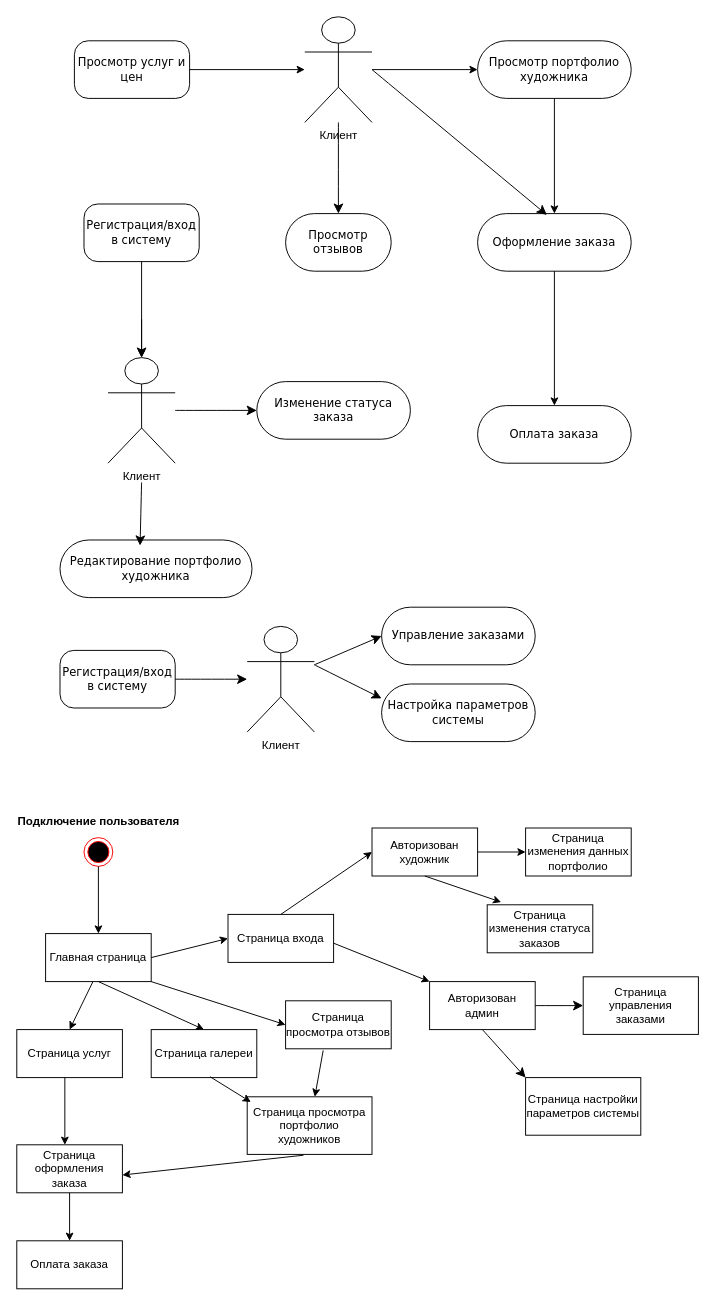
Earlier version of the draw.io diagram состояния.drawio (GokaPek/Noting). Source tidied: cells renumbered, new cells numbered last; positions are measured from the earlier drawing's top-left corner, leaving out a move shared by most shapes. Both pictures are drawn from the tidied source at 96%, with x=0, y=0 at pixel (16, 16).
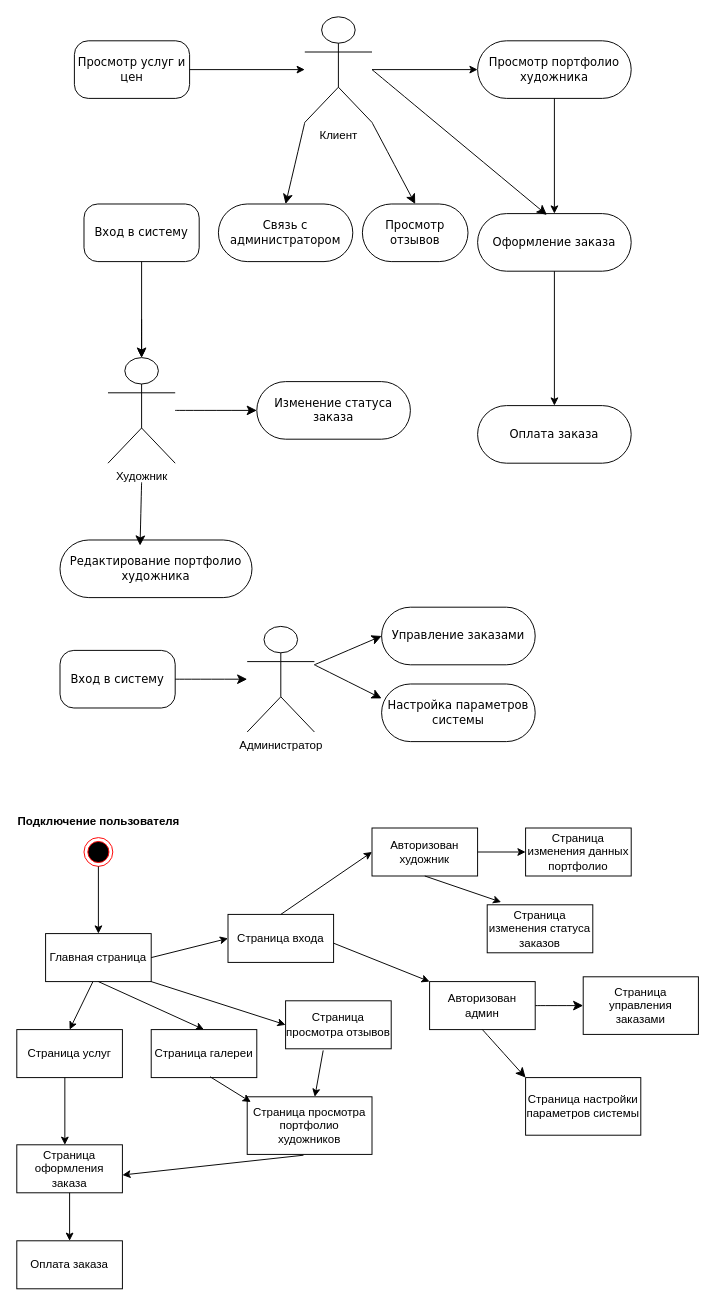
The same diagram, later.

The change refers to these unchanged cells:
```xml
<mxCell id="3" value="Клиент&lt;div&gt;&lt;br&gt;&lt;/div&gt;" style="shape=umlActor;verticalLabelPosition=bottom;verticalAlign=top;html=1;outlineConnect=0;" parent="1" vertex="1">
  <mxGeometry x="300" width="70" height="110" as="geometry" />
</mxCell>
```

Diff of the diagram source:
```diff
@@
-    <mxCell id="38" value="Клиент&lt;div&gt;&lt;br&gt;&lt;/div&gt;" style="shape=umlActor;verticalLabelPosition=bottom;verticalAlign=top;html=1;outlineConnect=0;" parent="1" vertex="1">
+    <mxCell id="38" value="Художник" style="shape=umlActor;verticalLabelPosition=bottom;verticalAlign=top;html=1;outlineConnect=0;" parent="1" vertex="1">
       <mxGeometry x="95" y="355" width="70" height="110" as="geometry" />
     </mxCell>
-    <mxCell id="39" value="Регистрация/вход в систему" style="rounded=1;whiteSpace=wrap;html=1;arcSize=24;shadow=0;comic=0;labelBackgroundColor=none;fontFamily=Verdana;fontSize=12;align=center;" parent="1" vertex="1">
+    <mxCell id="39" value="Вход в систему" style="rounded=1;whiteSpace=wrap;html=1;arcSize=24;shadow=0;comic=0;labelBackgroundColor=none;fontFamily=Verdana;fontSize=12;align=center;" parent="1" vertex="1">
       <mxGeometry x="70" y="195" width="120" height="60" as="geometry" />
     </mxCell>
@@
     <mxCell id="43" value="Просмотр отзывов" style="rounded=1;whiteSpace=wrap;html=1;arcSize=50;shadow=0;comic=0;labelBackgroundColor=none;fontFamily=Verdana;fontSize=12;align=center;" parent="1" vertex="1">
-      <mxGeometry x="280" y="205" width="110" height="60" as="geometry" />
+      <mxGeometry x="360" y="195" width="110" height="60" as="geometry" />
     </mxCell>
-    <mxCell id="44" style="endArrow=classic;html=1;rounded=0;fontSize=12;startSize=8;endSize=8;curved=1;entryX=0.5;entryY=0;entryDx=0;entryDy=0;" parent="1" edge="1" source="3" target="43">
+    <mxCell id="44" style="endArrow=classic;html=1;rounded=0;fontSize=12;startSize=8;endSize=8;curved=1;entryX=0.5;entryY=0;entryDx=0;entryDy=0;exitX=1;exitY=1;exitDx=0;exitDy=0;exitPerimeter=0;" parent="1" edge="1" source="3" target="43">
       <mxGeometry relative="1" as="geometry" />
     </mxCell>
@@
-    <mxCell id="48" value="Клиент&lt;div&gt;&lt;br&gt;&lt;/div&gt;" style="shape=umlActor;verticalLabelPosition=bottom;verticalAlign=top;html=1;outlineConnect=0;" parent="1" vertex="1">
+    <mxCell id="48" value="Администратор&lt;div&gt;&lt;br&gt;&lt;/div&gt;" style="shape=umlActor;verticalLabelPosition=bottom;verticalAlign=top;html=1;outlineConnect=0;" parent="1" vertex="1">
       <mxGeometry x="240" y="635" width="70" height="110" as="geometry" />
     </mxCell>
-    <mxCell id="49" value="Регистрация/вход в систему" style="rounded=1;whiteSpace=wrap;html=1;arcSize=24;shadow=0;comic=0;labelBackgroundColor=none;fontFamily=Verdana;fontSize=12;align=center;" parent="1" vertex="1">
+    <mxCell id="49" value="Вход в систему" style="rounded=1;whiteSpace=wrap;html=1;arcSize=24;shadow=0;comic=0;labelBackgroundColor=none;fontFamily=Verdana;fontSize=12;align=center;" parent="1" vertex="1">
       <mxGeometry x="45" y="660" width="120" height="60" as="geometry" />
     </mxCell>
@@
+    <mxCell id="61" style="endArrow=classic;html=1;rounded=0;fontSize=12;startSize=8;endSize=8;curved=1;exitX=0;exitY=1;exitDx=0;exitDy=0;exitPerimeter=0;entryX=0.5;entryY=0;entryDx=0;entryDy=0;" parent="1" edge="1" source="3" target="62">
+      <mxGeometry relative="1" as="geometry" />
+    </mxCell>
+    <mxCell id="62" value="Связь с администратором" style="rounded=1;whiteSpace=wrap;html=1;arcSize=50;shadow=0;comic=0;labelBackgroundColor=none;fontFamily=Verdana;fontSize=12;align=center;" parent="1" vertex="1">
+      <mxGeometry x="210" y="195" width="140" height="60" as="geometry" />
+    </mxCell>
```
